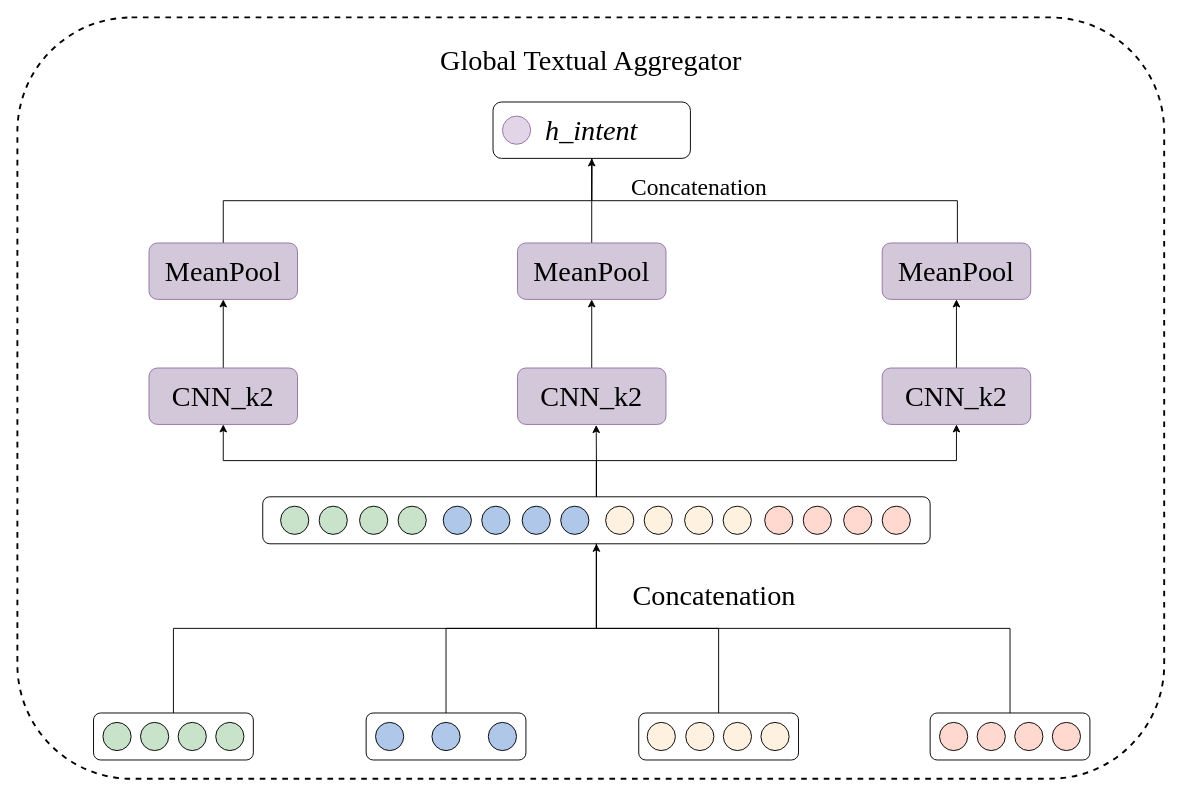
Before: chinese_NLU/Global_Textual_Aggregator.drawio in lengyueit/paper_pic, a draw.io diagram. Source tidied: cells renumbered, new cells numbered last; positions are measured from the earlier drawing's top-left corner, leaving out a move shared by most shapes. Both pictures are drawn from the tidied source at 94%, with x=0, y=0 at pixel (17, 17).
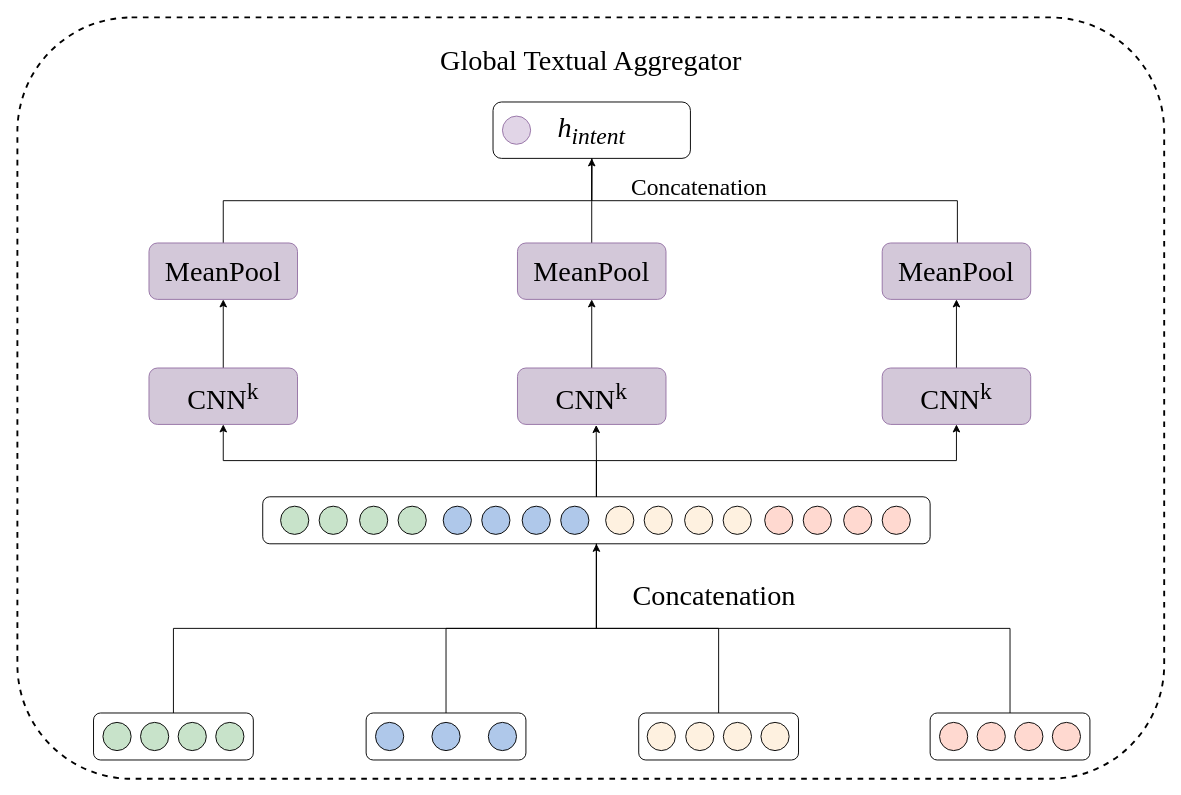
The same diagram, later.

The change refers to these unchanged cells:
```xml
<mxCell id="26" style="group;" parent="1" vertex="1">
  <mxGeometry x="506" y="90" width="210" height="60" as="geometry" />
</mxCell>
```

Diff of the diagram source:
```diff
@@
-    <mxCell id="22" value="&lt;font style=&quot;font-size: 30px;&quot; face=&quot;Times New Roman&quot;&gt;CNN_k2&lt;/font&gt;" style="rounded=1;whiteSpace=wrap;html=1;fillColor=#D3C8D9;strokeColor=#9673a6;" parent="1" vertex="1">
+    <mxCell id="22" value="&lt;font style=&quot;font-size: 30px;&quot; face=&quot;Times New Roman&quot;&gt;CNN&lt;sup&gt;k&lt;/sup&gt;&lt;/font&gt;" style="rounded=1;whiteSpace=wrap;html=1;fillColor=#D3C8D9;strokeColor=#9673a6;" parent="1" vertex="1">
       <mxGeometry x="140" y="373" width="158" height="60" as="geometry" />
     </mxCell>
@@
-    <mxCell id="27" value="&lt;font style=&quot;font-size: 30px;&quot; face=&quot;Times New Roman&quot;&gt;&lt;i&gt;h_intent&lt;/i&gt;&lt;/font&gt;" style="rounded=1;whiteSpace=wrap;html=1;" parent="26" vertex="1">
+    <mxCell id="27" value="&lt;font style=&quot;font-size: 30px;&quot; face=&quot;Times New Roman&quot;&gt;&lt;i&gt;h&lt;sub&gt;intent&lt;/sub&gt;&lt;/i&gt;&lt;/font&gt;" style="rounded=1;whiteSpace=wrap;html=1;" parent="26" vertex="1">
       <mxGeometry width="210" height="60" as="geometry" />
     </mxCell>
@@
-    <mxCell id="30" value="&lt;font style=&quot;font-size: 30px;&quot; face=&quot;Times New Roman&quot;&gt;CNN_k2&lt;/font&gt;" style="rounded=1;whiteSpace=wrap;html=1;fillColor=#D3C8D9;strokeColor=#9673a6;" parent="1" vertex="1">
+    <mxCell id="30" value="&lt;font style=&quot;font-size: 30px;&quot; face=&quot;Times New Roman&quot;&gt;CNN&lt;sup&gt;k&lt;/sup&gt;&lt;/font&gt;" style="rounded=1;whiteSpace=wrap;html=1;fillColor=#D3C8D9;strokeColor=#9673a6;" parent="1" vertex="1">
       <mxGeometry x="532" y="373" width="158" height="60" as="geometry" />
     </mxCell>
@@
-    <mxCell id="32" value="&lt;font style=&quot;font-size: 30px;&quot; face=&quot;Times New Roman&quot;&gt;CNN_k2&lt;/font&gt;" style="rounded=1;whiteSpace=wrap;html=1;fillColor=#D3C8D9;strokeColor=#9673a6;" parent="1" vertex="1">
+    <mxCell id="32" value="&lt;font style=&quot;font-size: 30px;&quot; face=&quot;Times New Roman&quot;&gt;CNN&lt;sup&gt;k&lt;/sup&gt;&lt;/font&gt;" style="rounded=1;whiteSpace=wrap;html=1;fillColor=#D3C8D9;strokeColor=#9673a6;" parent="1" vertex="1">
       <mxGeometry x="920" y="373" width="158" height="60" as="geometry" />
     </mxCell>
```
